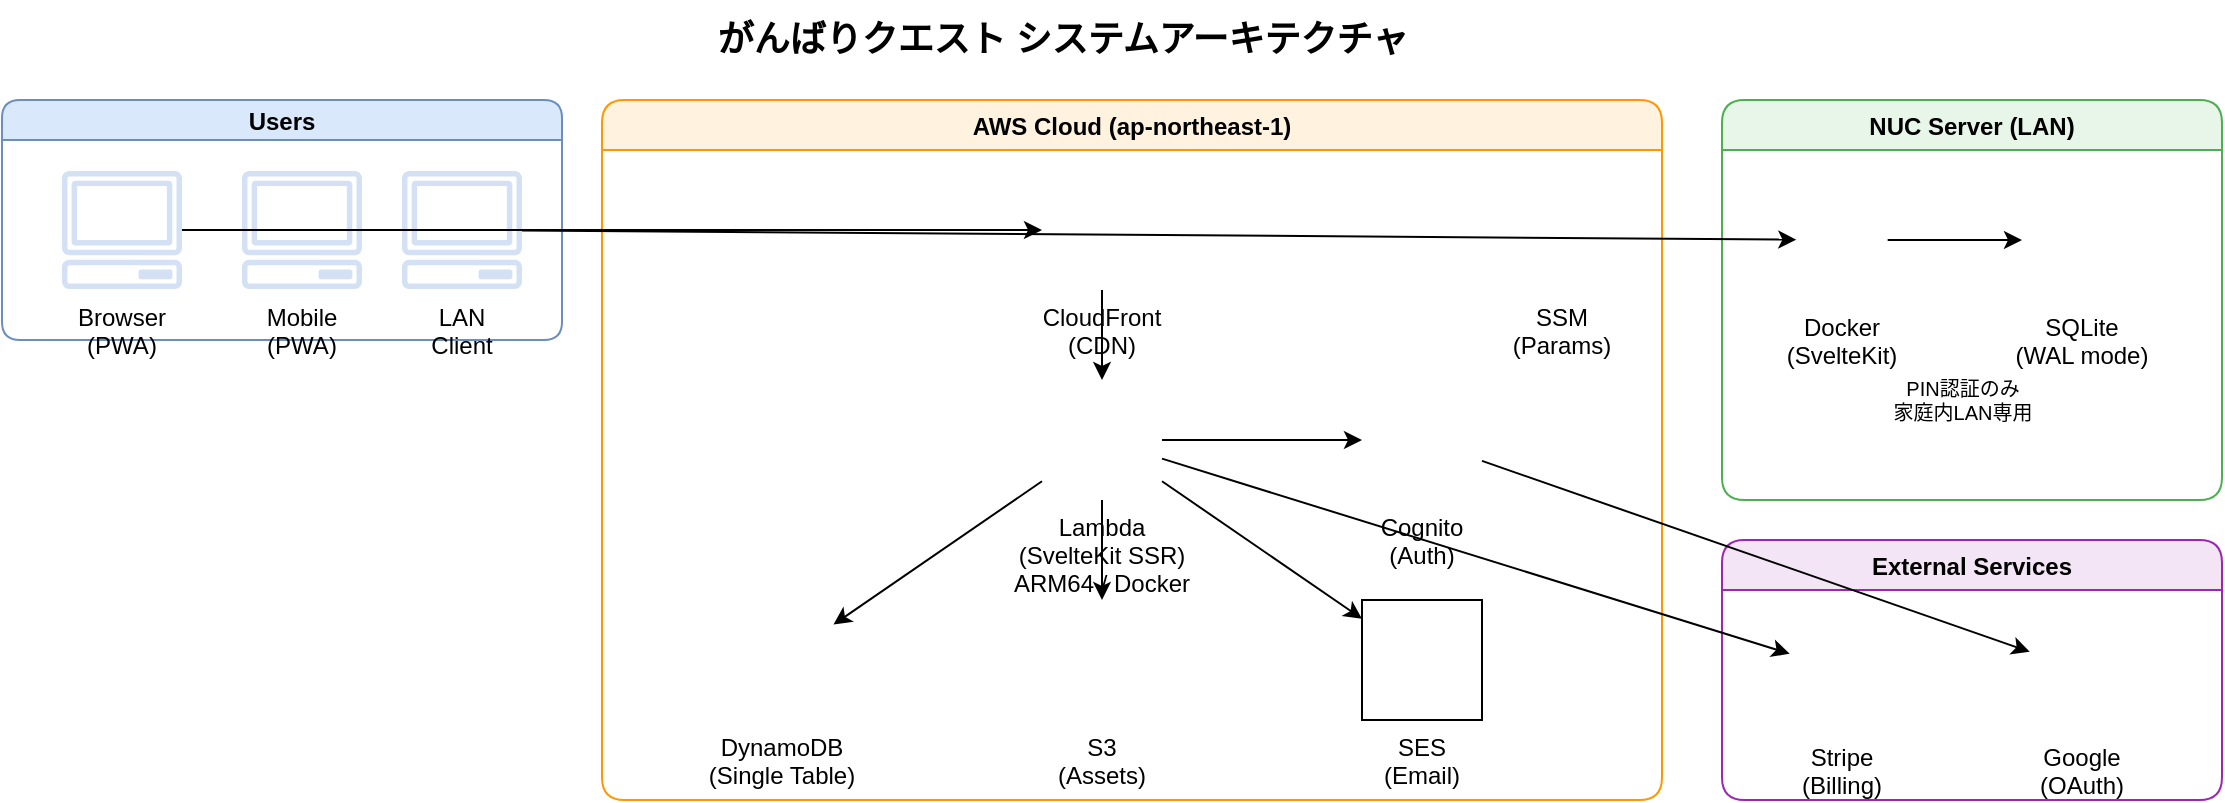
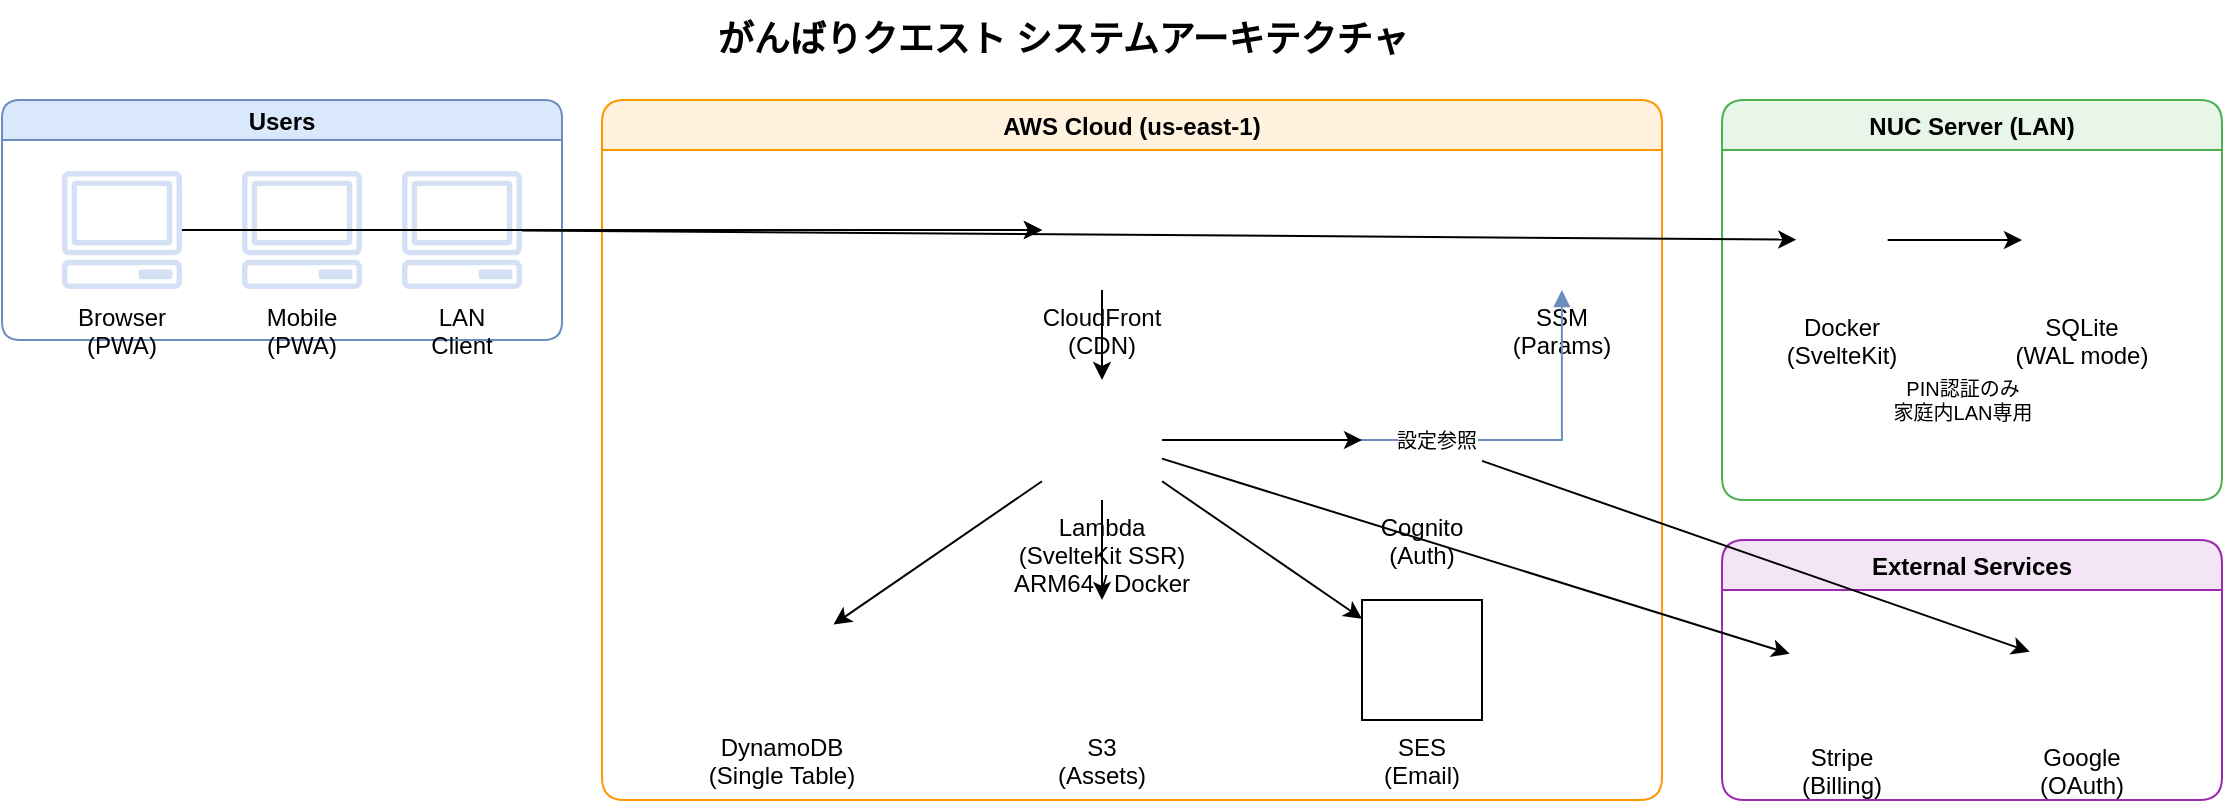
<mxfile host="app.diagrams.net" modified="2026-04-09" agent="Claude" version="24.0.0" type="device">
  <diagram id="system-arch" name="System Architecture">
    <mxGraphModel dx="1422" dy="762" grid="1" gridSize="10" guides="1" tooltips="1" connect="1" arrows="1" fold="1" page="1" pageScale="1" pageWidth="1169" pageHeight="827" math="0" shadow="0">
      <root>
        <mxCell id="0" />
        <mxCell id="1" parent="0" />

        <!-- Title -->
        <mxCell id="title" value="がんばりクエスト システムアーキテクチャ" style="text;html=1;align=center;verticalAlign=middle;resizable=0;points=[];autosize=1;strokeColor=none;fillColor=none;fontSize=18;fontStyle=1;" vertex="1" parent="1">
          <mxGeometry x="350" y="10" width="400" height="40" as="geometry" />
        </mxCell>

        <!-- User Layer -->
        <mxCell id="user-group" value="Users" style="swimlane;startSize=20;fillColor=#dae8fc;strokeColor=#6c8ebf;rounded=1;" vertex="1" parent="1">
          <mxGeometry x="20" y="60" width="280" height="120" as="geometry" />
        </mxCell>
        <mxCell id="browser" value="Browser&#xa;(PWA)" style="shape=mxgraph.aws4.client;verticalLabelPosition=bottom;align=center;verticalAlign=top;fillColor=#D4E1F5;strokeColor=#3B82F6;" vertex="1" parent="user-group">
          <mxGeometry x="30" y="35" width="60" height="60" as="geometry" />
        </mxCell>
        <mxCell id="mobile" value="Mobile&#xa;(PWA)" style="shape=mxgraph.aws4.client;verticalLabelPosition=bottom;align=center;verticalAlign=top;fillColor=#D4E1F5;strokeColor=#3B82F6;" vertex="1" parent="user-group">
          <mxGeometry x="120" y="35" width="60" height="60" as="geometry" />
        </mxCell>
        <mxCell id="nuc-client" value="LAN&#xa;Client" style="shape=mxgraph.aws4.client;verticalLabelPosition=bottom;align=center;verticalAlign=top;fillColor=#D4E1F5;strokeColor=#3B82F6;" vertex="1" parent="user-group">
          <mxGeometry x="200" y="35" width="60" height="60" as="geometry" />
        </mxCell>

        <!-- AWS Cloud -->
-         <mxCell id="aws-cloud" value="AWS Cloud (ap-northeast-1)" style="swimlane;startSize=25;fillColor=#FFF3E0;strokeColor=#FF9800;rounded=1;" vertex="1" parent="1">
+         <mxCell id="aws-cloud" value="AWS Cloud (us-east-1)" style="swimlane;startSize=25;fillColor=#FFF3E0;strokeColor=#FF9800;rounded=1;" vertex="1" parent="1">
          <mxGeometry x="320" y="60" width="530" height="350" as="geometry" />
        </mxCell>

        <!-- CloudFront -->
        <mxCell id="cloudfront" value="CloudFront&#xa;(CDN)" style="shape=mxgraph.aws4.cloudfront;verticalLabelPosition=bottom;align=center;verticalAlign=top;" vertex="1" parent="aws-cloud">
          <mxGeometry x="220" y="35" width="60" height="60" as="geometry" />
        </mxCell>

        <!-- Lambda -->
        <mxCell id="lambda" value="Lambda&#xa;(SvelteKit SSR)&#xa;ARM64 / Docker" style="shape=mxgraph.aws4.lambda_function;verticalLabelPosition=bottom;align=center;verticalAlign=top;" vertex="1" parent="aws-cloud">
          <mxGeometry x="220" y="140" width="60" height="60" as="geometry" />
        </mxCell>

        <!-- DynamoDB -->
        <mxCell id="dynamodb" value="DynamoDB&#xa;(Single Table)" style="shape=mxgraph.aws4.dynamodb;verticalLabelPosition=bottom;align=center;verticalAlign=top;" vertex="1" parent="aws-cloud">
          <mxGeometry x="60" y="250" width="60" height="60" as="geometry" />
        </mxCell>

        <!-- S3 -->
        <mxCell id="s3" value="S3&#xa;(Assets)" style="shape=mxgraph.aws4.s3;verticalLabelPosition=bottom;align=center;verticalAlign=top;" vertex="1" parent="aws-cloud">
          <mxGeometry x="220" y="250" width="60" height="60" as="geometry" />
        </mxCell>

        <!-- Cognito -->
        <mxCell id="cognito" value="Cognito&#xa;(Auth)" style="shape=mxgraph.aws4.cognito;verticalLabelPosition=bottom;align=center;verticalAlign=top;" vertex="1" parent="aws-cloud">
          <mxGeometry x="380" y="140" width="60" height="60" as="geometry" />
        </mxCell>

        <!-- SES -->
        <mxCell id="ses" value="SES&#xa;(Email)" style="shape=mxgraph.aws4.ses;verticalLabelPosition=bottom;align=center;verticalAlign=top;" vertex="1" parent="aws-cloud">
          <mxGeometry x="380" y="250" width="60" height="60" as="geometry" />
        </mxCell>

        <!-- SSM -->
        <mxCell id="ssm" value="SSM&#xa;(Params)" style="shape=mxgraph.aws4.parameter_store;verticalLabelPosition=bottom;align=center;verticalAlign=top;" vertex="1" parent="aws-cloud">
          <mxGeometry x="450" y="35" width="60" height="60" as="geometry" />
        </mxCell>

        <!-- NUC Server -->
        <mxCell id="nuc-server" value="NUC Server (LAN)" style="swimlane;startSize=25;fillColor=#E8F5E9;strokeColor=#4CAF50;rounded=1;" vertex="1" parent="1">
          <mxGeometry x="880" y="60" width="250" height="200" as="geometry" />
        </mxCell>
        <mxCell id="docker" value="Docker&#xa;(SvelteKit)" style="shape=mxgraph.aws4.ecs_task;verticalLabelPosition=bottom;align=center;verticalAlign=top;" vertex="1" parent="nuc-server">
          <mxGeometry x="30" y="40" width="60" height="60" as="geometry" />
        </mxCell>
        <mxCell id="sqlite" value="SQLite&#xa;(WAL mode)" style="shape=mxgraph.aws4.rds_instance;verticalLabelPosition=bottom;align=center;verticalAlign=top;" vertex="1" parent="nuc-server">
          <mxGeometry x="150" y="40" width="60" height="60" as="geometry" />
        </mxCell>
        <mxCell id="nuc-label" value="PIN認証のみ&#xa;家庭内LAN専用" style="text;html=1;align=center;verticalAlign=middle;strokeColor=none;fillColor=none;fontSize=10;" vertex="1" parent="nuc-server">
          <mxGeometry x="40" y="130" width="160" height="40" as="geometry" />
        </mxCell>

        <!-- External Services -->
        <mxCell id="ext-group" value="External Services" style="swimlane;startSize=25;fillColor=#F3E5F5;strokeColor=#9C27B0;rounded=1;" vertex="1" parent="1">
          <mxGeometry x="880" y="280" width="250" height="130" as="geometry" />
        </mxCell>
        <mxCell id="stripe" value="Stripe&#xa;(Billing)" style="shape=mxgraph.aws4.external_sdk;verticalLabelPosition=bottom;align=center;verticalAlign=top;" vertex="1" parent="ext-group">
          <mxGeometry x="30" y="35" width="60" height="60" as="geometry" />
        </mxCell>
        <mxCell id="google" value="Google&#xa;(OAuth)" style="shape=mxgraph.aws4.external_sdk;verticalLabelPosition=bottom;align=center;verticalAlign=top;" vertex="1" parent="ext-group">
          <mxGeometry x="150" y="35" width="60" height="60" as="geometry" />
        </mxCell>

+         <!-- Lambda → SSM -->
+         <mxCell id="lambda-to-ssm" value="設定参照" style="edgeStyle=orthogonalEdgeStyle;rounded=0;orthogonalLoop=1;jettySize=auto;html=1;endArrow=block;endFill=1;strokeColor=#6c8ebf;fontSize=10;" edge="1" source="lambda" target="ssm" parent="aws-cloud">
+           <mxGeometry relative="1" as="geometry" />
+         </mxCell>
+ 
        <!-- Connections -->
        <mxCell id="e1" edge="1" source="browser" target="cloudfront" parent="1">
+           <mxGeometry relative="1" as="geometry" />
+         </mxCell>
+         <mxCell id="e1b" edge="1" source="mobile" target="cloudfront" parent="1">
          <mxGeometry relative="1" as="geometry" />
        </mxCell>
        <mxCell id="e2" edge="1" source="cloudfront" target="lambda" parent="1">
          <mxGeometry relative="1" as="geometry" />
        </mxCell>
        <mxCell id="e3" edge="1" source="lambda" target="dynamodb" parent="1">
          <mxGeometry relative="1" as="geometry" />
        </mxCell>
        <mxCell id="e4" edge="1" source="lambda" target="s3" parent="1">
          <mxGeometry relative="1" as="geometry" />
        </mxCell>
        <mxCell id="e5" edge="1" source="lambda" target="cognito" parent="1">
          <mxGeometry relative="1" as="geometry" />
        </mxCell>
        <mxCell id="e6" edge="1" source="lambda" target="ses" parent="1">
          <mxGeometry relative="1" as="geometry" />
        </mxCell>
        <mxCell id="e7" edge="1" source="nuc-client" target="docker" parent="1">
          <mxGeometry relative="1" as="geometry" />
        </mxCell>
        <mxCell id="e8" edge="1" source="docker" target="sqlite" parent="1">
          <mxGeometry relative="1" as="geometry" />
        </mxCell>
        <mxCell id="e9" edge="1" source="lambda" target="stripe" parent="1">
          <mxGeometry relative="1" as="geometry" />
        </mxCell>
        <mxCell id="e10" edge="1" source="cognito" target="google" parent="1">
          <mxGeometry relative="1" as="geometry" />
        </mxCell>
      </root>
    </mxGraphModel>
  </diagram>
</mxfile>
